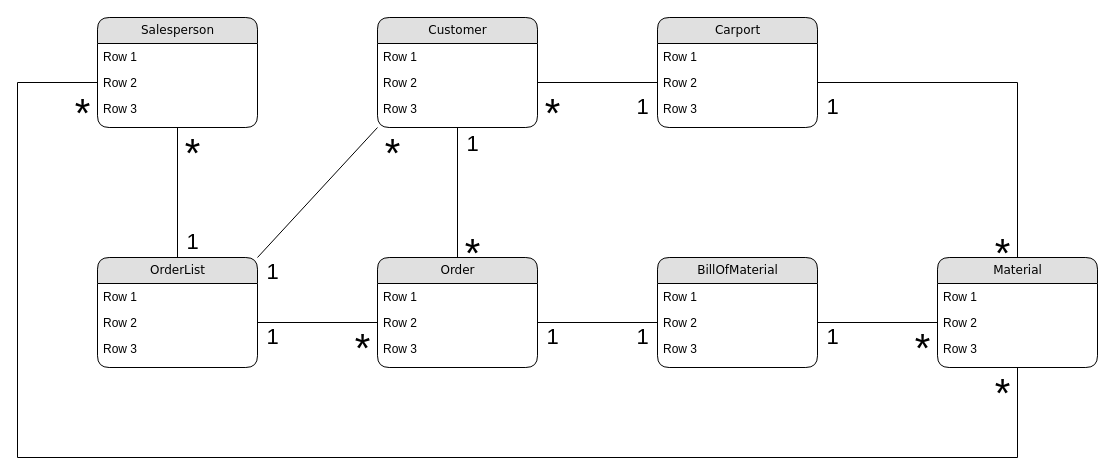
Schwencke/fogCarport keeps this draw.io diagram as documentation/workfiles/domainModel.drawio. Above is the earlier version. Source tidied: cells renumbered, new cells numbered last; positions are measured from the earlier drawing's top-left corner, leaving out a move shared by most shapes. Both pictures are drawn from the tidied source at 100%, with x=0, y=0 at pixel (17, 17).
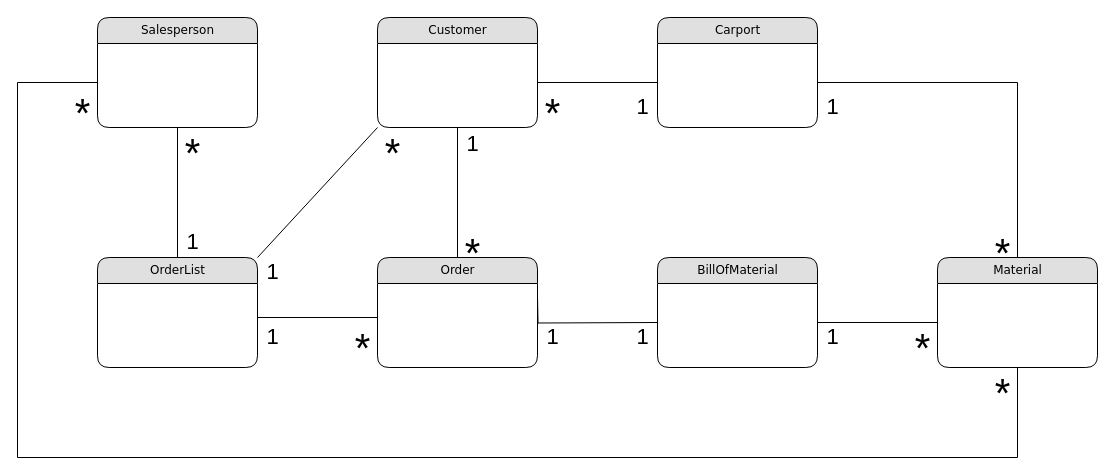
The same diagram, later.

The change refers to these unchanged cells:
```xml
<mxCell id="2" value="Customer" style="swimlane;html=1;fontStyle=0;horizontal=1;startSize=26;fillColor=#e0e0e0;swimlaneFillColor=#ffffff;align=center;rounded=1;shadow=0;comic=0;labelBackgroundColor=none;strokeWidth=1;fontFamily=Verdana;fontSize=12;" parent="1" vertex="1">
  <mxGeometry x="360" width="160" height="110" as="geometry" />
</mxCell>
<mxCell id="6" value="Salesperson" style="swimlane;html=1;fontStyle=0;horizontal=1;startSize=26;fillColor=#e0e0e0;swimlaneFillColor=#ffffff;align=center;rounded=1;shadow=0;comic=0;labelBackgroundColor=none;strokeWidth=1;fontFamily=Verdana;fontSize=12;" parent="1" vertex="1">
  <mxGeometry x="80" width="160" height="110" as="geometry" />
</mxCell>
<mxCell id="11" value="Order" style="swimlane;html=1;fontStyle=0;horizontal=1;startSize=26;fillColor=#e0e0e0;swimlaneFillColor=#ffffff;align=center;rounded=1;shadow=0;comic=0;labelBackgroundColor=none;strokeWidth=1;fontFamily=Verdana;fontSize=12;" parent="1" vertex="1">
  <mxGeometry x="360" y="240" width="160" height="110" as="geometry" />
</mxCell>
<mxCell id="16" value="BillOfMaterial" style="swimlane;html=1;fontStyle=0;horizontal=1;startSize=26;fillColor=#e0e0e0;swimlaneFillColor=#ffffff;align=center;rounded=1;shadow=0;comic=0;labelBackgroundColor=none;strokeWidth=1;fontFamily=Verdana;fontSize=12;" parent="1" vertex="1">
  <mxGeometry x="640" y="240" width="160" height="110" as="geometry" />
</mxCell>
<mxCell id="21" value="Material" style="swimlane;html=1;fontStyle=0;horizontal=1;startSize=26;fillColor=#e0e0e0;swimlaneFillColor=#ffffff;align=center;rounded=1;shadow=0;comic=0;labelBackgroundColor=none;strokeWidth=1;fontFamily=Verdana;fontSize=12;" parent="1" vertex="1">
  <mxGeometry x="920" y="240" width="160" height="110" as="geometry" />
</mxCell>
<mxCell id="27" value="OrderList" style="swimlane;html=1;fontStyle=0;horizontal=1;startSize=26;fillColor=#e0e0e0;swimlaneFillColor=#ffffff;align=center;rounded=1;shadow=0;comic=0;labelBackgroundColor=none;strokeWidth=1;fontFamily=Verdana;fontSize=12;" parent="1" vertex="1">
  <mxGeometry x="80" y="240" width="160" height="110" as="geometry" />
</mxCell>
<mxCell id="33" value="Carport" style="swimlane;html=1;fontStyle=0;horizontal=1;startSize=26;fillColor=#e0e0e0;swimlaneFillColor=#ffffff;align=center;rounded=1;shadow=0;comic=0;labelBackgroundColor=none;strokeWidth=1;fontFamily=Verdana;fontSize=12;" parent="1" vertex="1">
  <mxGeometry x="640" width="160" height="110" as="geometry" />
</mxCell>
```

The edit, as a diff of the source:
```diff
@@
-    <mxCell id="3" value="Row 1" style="text;html=1;strokeColor=none;fillColor=none;spacingLeft=4;spacingRight=4;whiteSpace=wrap;overflow=hidden;" parent="2" vertex="1">
-      <mxGeometry y="26" width="160" height="26" as="geometry" />
-    </mxCell>
-    <mxCell id="4" value="Row 2" style="text;html=1;strokeColor=none;fillColor=none;spacingLeft=4;spacingRight=4;whiteSpace=wrap;overflow=hidden;points=[[0,0.5],[1,0.5]];portConstraint=eastwest;" parent="2" vertex="1">
-      <mxGeometry y="52" width="160" height="26" as="geometry" />
-    </mxCell>
-    <mxCell id="5" value="Row 3" style="text;html=1;strokeColor=none;fillColor=none;spacingLeft=4;spacingRight=4;whiteSpace=wrap;overflow=hidden;" parent="2" vertex="1">
-      <mxGeometry y="78" width="160" height="26" as="geometry" />
-    </mxCell>
@@
-    <mxCell id="7" value="Row 1" style="text;html=1;strokeColor=none;fillColor=none;spacingLeft=4;spacingRight=4;whiteSpace=wrap;overflow=hidden;" parent="6" vertex="1">
-      <mxGeometry y="26" width="160" height="26" as="geometry" />
-    </mxCell>
-    <mxCell id="8" value="Row 2" style="text;html=1;strokeColor=none;fillColor=none;spacingLeft=4;spacingRight=4;whiteSpace=wrap;overflow=hidden;points=[[0,0.5],[1,0.5]];portConstraint=eastwest;" parent="6" vertex="1">
-      <mxGeometry y="52" width="160" height="26" as="geometry" />
-    </mxCell>
-    <mxCell id="9" value="Row 3" style="text;html=1;strokeColor=none;fillColor=none;spacingLeft=4;spacingRight=4;whiteSpace=wrap;overflow=hidden;" parent="6" vertex="1">
-      <mxGeometry y="78" width="160" height="26" as="geometry" />
-    </mxCell>
@@
-    <mxCell id="12" value="Row 1" style="text;html=1;strokeColor=none;fillColor=none;spacingLeft=4;spacingRight=4;whiteSpace=wrap;overflow=hidden;" parent="11" vertex="1">
-      <mxGeometry y="26" width="160" height="26" as="geometry" />
-    </mxCell>
-    <mxCell id="13" value="Row 2" style="text;html=1;strokeColor=none;fillColor=none;spacingLeft=4;spacingRight=4;whiteSpace=wrap;overflow=hidden;points=[[0,0.5],[1,0.5]];portConstraint=eastwest;" parent="11" vertex="1">
-      <mxGeometry y="52" width="160" height="26" as="geometry" />
-    </mxCell>
-    <mxCell id="14" value="Row 3" style="text;html=1;strokeColor=none;fillColor=none;spacingLeft=4;spacingRight=4;whiteSpace=wrap;overflow=hidden;" parent="11" vertex="1">
-      <mxGeometry y="78" width="160" height="26" as="geometry" />
-    </mxCell>
-    <mxCell id="15" style="edgeStyle=orthogonalEdgeStyle;rounded=0;jettySize=auto;html=1;exitX=0;exitY=0.5;exitDx=0;exitDy=0;entryX=1;entryY=0.5;entryDx=0;entryDy=0;endArrow=none;endFill=0;" parent="1" edge="1" source="18" target="13">
-      <mxGeometry relative="1" as="geometry" />
+    <mxCell id="15" style="edgeStyle=orthogonalEdgeStyle;rounded=0;orthogonalLoop=1;jettySize=auto;html=1;exitX=0;exitY=0.5;exitDx=0;exitDy=0;entryX=1;entryY=0.5;entryDx=0;entryDy=0;endArrow=none;endFill=0;" parent="1" edge="1">
+      <mxGeometry relative="1" as="geometry">
+        <mxPoint x="640" y="305" as="sourcePoint" />
+        <mxPoint x="520" y="279" as="targetPoint" />
+      </mxGeometry>
     </mxCell>
@@
-    <mxCell id="17" value="Row 1" style="text;html=1;strokeColor=none;fillColor=none;spacingLeft=4;spacingRight=4;whiteSpace=wrap;overflow=hidden;" parent="16" vertex="1">
-      <mxGeometry y="26" width="160" height="26" as="geometry" />
-    </mxCell>
-    <mxCell id="18" value="Row 2" style="text;html=1;strokeColor=none;fillColor=none;spacingLeft=4;spacingRight=4;whiteSpace=wrap;overflow=hidden;points=[[0,0.5],[1,0.5]];portConstraint=eastwest;" parent="16" vertex="1">
-      <mxGeometry y="52" width="160" height="26" as="geometry" />
-    </mxCell>
-    <mxCell id="19" value="Row 3" style="text;html=1;strokeColor=none;fillColor=none;spacingLeft=4;spacingRight=4;whiteSpace=wrap;overflow=hidden;" parent="16" vertex="1">
-      <mxGeometry y="78" width="160" height="26" as="geometry" />
-    </mxCell>
-    <mxCell id="20" style="edgeStyle=orthogonalEdgeStyle;rounded=0;jettySize=auto;html=1;exitX=0.5;exitY=0;exitDx=0;exitDy=0;entryX=1;entryY=0.5;entryDx=0;entryDy=0;endArrow=none;endFill=0;" parent="1" edge="1" source="21" target="35">
-      <mxGeometry relative="1" as="geometry" />
+    <mxCell id="20" style="edgeStyle=orthogonalEdgeStyle;rounded=0;jettySize=auto;html=1;exitX=0.5;exitY=0;exitDx=0;exitDy=0;entryX=1;entryY=0.5;entryDx=0;entryDy=0;endArrow=none;endFill=0;" parent="1" edge="1" source="21">
+      <mxGeometry relative="1" as="geometry">
+        <mxPoint x="800" y="65" as="targetPoint" />
+        <Array as="points">
+          <mxPoint x="1000" y="65" />
+        </Array>
+      </mxGeometry>
     </mxCell>
@@
-    <mxCell id="22" value="Row 1" style="text;html=1;strokeColor=none;fillColor=none;spacingLeft=4;spacingRight=4;whiteSpace=wrap;overflow=hidden;" parent="21" vertex="1">
-      <mxGeometry y="26" width="160" height="26" as="geometry" />
-    </mxCell>
-    <mxCell id="23" value="Row 2" style="text;html=1;strokeColor=none;fillColor=none;spacingLeft=4;spacingRight=4;whiteSpace=wrap;overflow=hidden;points=[[0,0.5],[1,0.5]];portConstraint=eastwest;" parent="21" vertex="1">
-      <mxGeometry y="52" width="160" height="26" as="geometry" />
-    </mxCell>
-    <mxCell id="24" value="Row 3" style="text;html=1;strokeColor=none;fillColor=none;spacingLeft=4;spacingRight=4;whiteSpace=wrap;overflow=hidden;" parent="21" vertex="1">
-      <mxGeometry y="78" width="160" height="26" as="geometry" />
-    </mxCell>
@@
-    <mxCell id="28" value="Row 1" style="text;html=1;strokeColor=none;fillColor=none;spacingLeft=4;spacingRight=4;whiteSpace=wrap;overflow=hidden;" parent="27" vertex="1">
-      <mxGeometry y="26" width="160" height="26" as="geometry" />
-    </mxCell>
-    <mxCell id="29" value="Row 2" style="text;html=1;strokeColor=none;fillColor=none;spacingLeft=4;spacingRight=4;whiteSpace=wrap;overflow=hidden;points=[[0,0.5],[1,0.5]];portConstraint=eastwest;" parent="27" vertex="1">
-      <mxGeometry y="52" width="160" height="26" as="geometry" />
-    </mxCell>
-    <mxCell id="30" value="Row 3" style="text;html=1;strokeColor=none;fillColor=none;spacingLeft=4;spacingRight=4;whiteSpace=wrap;overflow=hidden;" parent="27" vertex="1">
-      <mxGeometry y="78" width="160" height="26" as="geometry" />
-    </mxCell>
-    <mxCell id="31" style="edgeStyle=orthogonalEdgeStyle;rounded=0;jettySize=auto;html=1;exitX=0;exitY=0.5;exitDx=0;exitDy=0;entryX=1;entryY=0.5;entryDx=0;entryDy=0;endArrow=none;endFill=0;" parent="1" edge="1" source="23" target="18">
-      <mxGeometry relative="1" as="geometry" />
+    <mxCell id="31" style="edgeStyle=orthogonalEdgeStyle;rounded=0;orthogonalLoop=1;jettySize=auto;html=1;exitX=0;exitY=0.5;exitDx=0;exitDy=0;entryX=1;entryY=0.5;entryDx=0;entryDy=0;endArrow=none;endFill=0;" parent="1" edge="1">
+      <mxGeometry relative="1" as="geometry">
+        <mxPoint x="920" y="279" as="sourcePoint" />
+        <mxPoint x="800" y="305" as="targetPoint" />
+        <Array as="points">
+          <mxPoint x="920" y="305" />
+        </Array>
+      </mxGeometry>
     </mxCell>
-    <mxCell id="32" style="edgeStyle=orthogonalEdgeStyle;rounded=0;jettySize=auto;html=1;exitX=1;exitY=0.5;exitDx=0;exitDy=0;entryX=0;entryY=0.5;entryDx=0;entryDy=0;endArrow=none;endFill=0;" parent="1" edge="1" source="29" target="13">
-      <mxGeometry relative="1" as="geometry" />
+    <mxCell id="32" style="edgeStyle=orthogonalEdgeStyle;rounded=0;orthogonalLoop=1;jettySize=auto;html=1;exitX=1;exitY=0.5;exitDx=0;exitDy=0;entryX=0;entryY=0.5;entryDx=0;entryDy=0;endArrow=none;endFill=0;" parent="1" edge="1">
+      <mxGeometry relative="1" as="geometry">
+        <mxPoint x="240" y="279" as="sourcePoint" />
+        <mxPoint x="360" y="279" as="targetPoint" />
+        <Array as="points">
+          <mxPoint x="240" y="300" />
+          <mxPoint x="360" y="300" />
+        </Array>
+      </mxGeometry>
     </mxCell>
@@
-    <mxCell id="34" value="Row 1" style="text;html=1;strokeColor=none;fillColor=none;spacingLeft=4;spacingRight=4;whiteSpace=wrap;overflow=hidden;" parent="33" vertex="1">
-      <mxGeometry y="26" width="160" height="26" as="geometry" />
-    </mxCell>
-    <mxCell id="35" value="Row 2" style="text;html=1;strokeColor=none;fillColor=none;spacingLeft=4;spacingRight=4;whiteSpace=wrap;overflow=hidden;points=[[0,0.5],[1,0.5]];portConstraint=eastwest;" parent="33" vertex="1">
-      <mxGeometry y="52" width="160" height="26" as="geometry" />
-    </mxCell>
-    <mxCell id="36" value="Row 3" style="text;html=1;strokeColor=none;fillColor=none;spacingLeft=4;spacingRight=4;whiteSpace=wrap;overflow=hidden;" parent="33" vertex="1">
-      <mxGeometry y="78" width="160" height="26" as="geometry" />
-    </mxCell>
-    <mxCell id="37" style="edgeStyle=none;rounded=0;jettySize=auto;html=1;exitX=1;exitY=0.5;exitDx=0;exitDy=0;entryX=0;entryY=0.5;entryDx=0;entryDy=0;endArrow=none;endFill=0;" parent="1" edge="1" source="4" target="35">
-      <mxGeometry relative="1" as="geometry" />
+    <mxCell id="37" style="edgeStyle=none;rounded=0;orthogonalLoop=1;jettySize=auto;html=1;entryX=0;entryY=0.5;entryDx=0;entryDy=0;endArrow=none;endFill=0;" parent="1" edge="1">
+      <mxGeometry relative="1" as="geometry">
+        <mxPoint x="520" y="65" as="sourcePoint" />
+        <mxPoint x="640" y="65" as="targetPoint" />
+      </mxGeometry>
     </mxCell>
-    <mxCell id="38" style="edgeStyle=orthogonalEdgeStyle;rounded=0;jettySize=auto;html=1;exitX=0;exitY=0.5;exitDx=0;exitDy=0;entryX=0.5;entryY=1;entryDx=0;entryDy=0;endArrow=none;endFill=0;" parent="1" edge="1" source="8" target="21">
+    <mxCell id="38" style="edgeStyle=orthogonalEdgeStyle;rounded=0;jettySize=auto;html=1;exitX=0;exitY=0.5;exitDx=0;exitDy=0;entryX=0.5;entryY=1;entryDx=0;entryDy=0;endArrow=none;endFill=0;" parent="1" edge="1" target="21">
       <mxGeometry relative="1" as="geometry">
+        <mxPoint x="80" y="39" as="sourcePoint" />
         <Array as="points">
           <mxPoint y="65" />
           <mxPoint y="440" />
           <mxPoint x="1000" y="440" />
         </Array>
       </mxGeometry>
     </mxCell>
```
